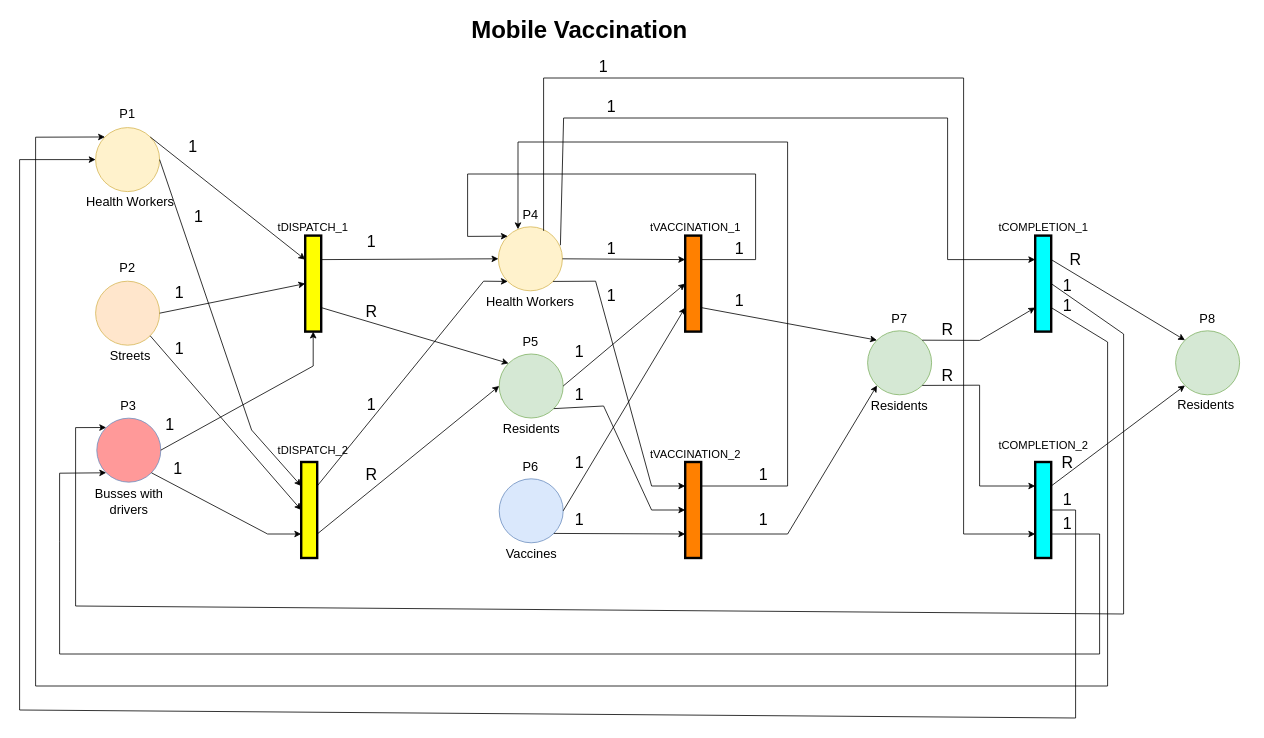
Before: Mobile Vaccination/Plots, Data and Simulation Results/Petri Net for Mobile Vaccination.drawio in MohammedGuniem/Simulation-of-Mobile-Versus-Centralized-Vaccination-Programs-using-GenSIM, a draw.io diagram. Source tidied: cells renumbered, new cells numbered last; positions are measured from the earlier drawing's top-left corner, leaving out a move shared by most shapes. Both pictures are drawn from the tidied source at 80%, with x=0, y=0 at pixel (19, 14).
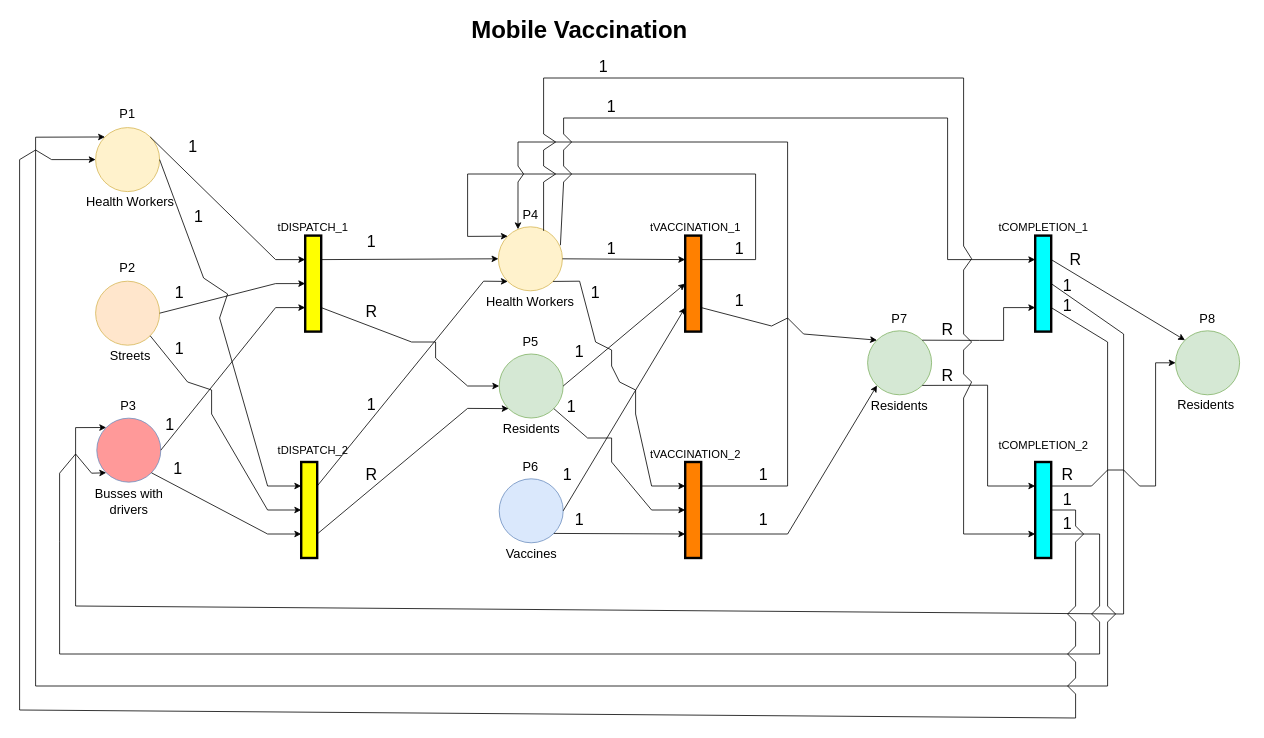
Above is the later version.

Commit message (it also covers changes not shown here):
Imrpoved arcs intersection in mobile vaccination

The change refers to these unchanged cells:
```xml
<mxCell id="2" style="ellipse;whiteSpace=wrap;html=1;fontSize=22;fillColor=#FFE6CC;strokeColor=#d6b656;" parent="1" vertex="1">
  <mxGeometry x="95" y="334" width="80" height="80" as="geometry" />
</mxCell>
<mxCell id="3" style="rounded=0;whiteSpace=wrap;html=1;fillColor=#FF8000;strokeColor=#000000;strokeWidth=3;" parent="1" vertex="1">
  <mxGeometry x="832" y="560" width="20" height="120" as="geometry" />
</mxCell>
<mxCell id="5" style="ellipse;whiteSpace=wrap;html=1;fillColor=#d5e8d4;strokeColor=#82b366;" parent="1" vertex="1">
  <mxGeometry x="599.5" y="425" width="80" height="80" as="geometry" />
</mxCell>
<mxCell id="6" style="ellipse;whiteSpace=wrap;html=1;fillColor=#fff2cc;strokeColor=#d6b656;" parent="1" vertex="1">
  <mxGeometry x="598.5" y="266" width="80" height="80" as="geometry" />
</mxCell>
<mxCell id="7" style="ellipse;whiteSpace=wrap;html=1;fillColor=#d5e8d4;strokeColor=#82b366;" parent="1" vertex="1">
  <mxGeometry x="1060" y="396" width="80" height="80" as="geometry" />
</mxCell>
<mxCell id="16" style="rounded=0;whiteSpace=wrap;html=1;fillColor=#FFFF00;strokeColor=#000000;labelBorderColor=none;strokeWidth=3;" parent="1" vertex="1">
  <mxGeometry x="352" y="560" width="20" height="120" as="geometry" />
</mxCell>
<mxCell id="17" style="ellipse;whiteSpace=wrap;html=1;fontSize=22;fillColor=#FF9999;strokeColor=#6c8ebf;" parent="1" vertex="1">
  <mxGeometry x="96.5" y="505.2" width="80" height="80" as="geometry" />
</mxCell>
<mxCell id="23" style="rounded=0;whiteSpace=wrap;html=1;fillColor=#00FFFF;strokeColor=#000000;strokeWidth=3;" parent="1" vertex="1">
  <mxGeometry x="1269.5" y="560" width="20" height="120" as="geometry" />
</mxCell>
<mxCell id="25" style="ellipse;whiteSpace=wrap;html=1;fillColor=#d5e8d4;strokeColor=#82b366;" parent="1" vertex="1">
  <mxGeometry x="1445" y="396" width="80" height="80" as="geometry" />
</mxCell>
<mxCell id="28" style="ellipse;whiteSpace=wrap;html=1;fontSize=22;fillColor=#fff2cc;strokeColor=#d6b656;" parent="1" vertex="1">
  <mxGeometry x="95" y="142" width="80" height="80" as="geometry" />
</mxCell>
<mxCell id="32" style="rounded=0;whiteSpace=wrap;html=1;fillColor=#FFFF00;strokeColor=#000000;labelBorderColor=none;strokeWidth=3;" parent="1" vertex="1">
  <mxGeometry x="357" y="277" width="20" height="120" as="geometry" />
</mxCell>
<mxCell id="54" style="rounded=0;whiteSpace=wrap;html=1;fillColor=#FF8000;strokeColor=#000000;strokeWidth=3;" parent="1" vertex="1">
  <mxGeometry x="832" y="277" width="20" height="120" as="geometry" />
</mxCell>
<mxCell id="76" style="rounded=0;whiteSpace=wrap;html=1;fillColor=#00FFFF;strokeColor=#000000;strokeWidth=3;" parent="1" vertex="1">
  <mxGeometry x="1269.5" y="277" width="20" height="120" as="geometry" />
</mxCell>
```

Diff of the diagram source:
```diff
@@
     <mxCell id="34" style="endArrow=classic;html=1;rounded=0;exitX=1;exitY=0.5;exitDx=0;exitDy=0;entryX=0;entryY=0.5;entryDx=0;entryDy=0;" parent="1" edge="1" source="2" target="32">
-      <mxGeometry relative="1" as="geometry" />
+      <mxGeometry relative="1" as="geometry">
+        <Array as="points">
+          <mxPoint x="320" y="337" />
+        </Array>
+      </mxGeometry>
     </mxCell>
-    <mxCell id="35" style="endArrow=classic;html=1;rounded=0;entryX=0.5;entryY=1;entryDx=0;entryDy=0;exitX=1;exitY=0.5;exitDx=0;exitDy=0;" parent="1" edge="1" source="17" target="32">
+    <mxCell id="35" style="endArrow=classic;html=1;rounded=0;entryX=0;entryY=0.75;entryDx=0;entryDy=0;exitX=1;exitY=0.5;exitDx=0;exitDy=0;" parent="1" edge="1" source="17" target="32">
       <mxGeometry relative="1" as="geometry">
         <Array as="points">
-          <mxPoint x="367" y="440" />
+          <mxPoint x="320" y="367" />
         </Array>
       </mxGeometry>
     </mxCell>
     <mxCell id="36" style="endArrow=classic;html=1;rounded=0;exitX=1;exitY=0;exitDx=0;exitDy=0;entryX=0;entryY=0.25;entryDx=0;entryDy=0;" parent="1" edge="1" source="28" target="32">
-      <mxGeometry relative="1" as="geometry" />
+      <mxGeometry relative="1" as="geometry">
+        <Array as="points">
+          <mxPoint x="320" y="307" />
+        </Array>
+      </mxGeometry>
     </mxCell>
     <mxCell id="37" style="endArrow=classic;html=1;rounded=0;exitX=1;exitY=0.5;exitDx=0;exitDy=0;entryX=0;entryY=0.25;entryDx=0;entryDy=0;" parent="1" edge="1" source="28" target="16">
       <mxGeometry relative="1" as="geometry">
         <Array as="points">
-          <mxPoint x="290" y="520" />
+          <mxPoint x="230" y="330" />
+          <mxPoint x="260" y="350" />
+          <mxPoint x="250" y="380" />
+          <mxPoint x="310" y="590" />
         </Array>
       </mxGeometry>
     </mxCell>
     <mxCell id="38" style="endArrow=classic;html=1;rounded=0;exitX=1;exitY=1;exitDx=0;exitDy=0;entryX=0;entryY=0.5;entryDx=0;entryDy=0;" parent="1" edge="1" source="2" target="16">
-      <mxGeometry relative="1" as="geometry" />
+      <mxGeometry relative="1" as="geometry">
+        <Array as="points">
+          <mxPoint x="210" y="460" />
+          <mxPoint x="240" y="470" />
+          <mxPoint x="240" y="500" />
+          <mxPoint x="310" y="620" />
+        </Array>
+      </mxGeometry>
     </mxCell>
@@
-    <mxCell id="47" style="endArrow=classic;html=1;rounded=0;exitX=1;exitY=0.75;exitDx=0;exitDy=0;entryX=0;entryY=0;entryDx=0;entryDy=0;" parent="1" edge="1" source="32" target="5">
-      <mxGeometry relative="1" as="geometry" />
+    <mxCell id="47" style="endArrow=classic;html=1;rounded=0;exitX=1;exitY=0.75;exitDx=0;exitDy=0;entryX=0;entryY=0.5;entryDx=0;entryDy=0;" parent="1" edge="1" source="32" target="5">
+      <mxGeometry relative="1" as="geometry">
+        <Array as="points">
+          <mxPoint x="490" y="410" />
+          <mxPoint x="520" y="410" />
+          <mxPoint x="520" y="430" />
+          <mxPoint x="560" y="465" />
+        </Array>
+      </mxGeometry>
     </mxCell>
@@
-    <mxCell id="49" style="endArrow=classic;html=1;rounded=0;exitX=1;exitY=0.75;exitDx=0;exitDy=0;entryX=0;entryY=0.5;entryDx=0;entryDy=0;" parent="1" edge="1" source="16" target="5">
-      <mxGeometry relative="1" as="geometry" />
+    <mxCell id="49" style="endArrow=classic;html=1;rounded=0;exitX=1;exitY=0.75;exitDx=0;exitDy=0;entryX=0;entryY=1;entryDx=0;entryDy=0;" parent="1" edge="1" source="16" target="5">
+      <mxGeometry relative="1" as="geometry">
+        <Array as="points">
+          <mxPoint x="560" y="493" />
+        </Array>
+      </mxGeometry>
     </mxCell>
@@
     <mxCell id="57" style="endArrow=classic;html=1;rounded=0;exitX=1;exitY=1;exitDx=0;exitDy=0;entryX=0;entryY=0.25;entryDx=0;entryDy=0;" parent="1" edge="1" source="6" target="3">
       <mxGeometry relative="1" as="geometry">
         <Array as="points">
-          <mxPoint x="720" y="334" />
+          <mxPoint x="700" y="334" />
+          <mxPoint x="720" y="410" />
+          <mxPoint x="740" y="420" />
+          <mxPoint x="740" y="440" />
+          <mxPoint x="750" y="460" />
+          <mxPoint x="770" y="470" />
+          <mxPoint x="770" y="500" />
           <mxPoint x="790" y="590" />
         </Array>
       </mxGeometry>
     </mxCell>
     <mxCell id="58" style="endArrow=classic;html=1;rounded=0;exitX=1;exitY=1;exitDx=0;exitDy=0;entryX=0;entryY=0.5;entryDx=0;entryDy=0;" parent="1" edge="1" source="5" target="3">
       <mxGeometry relative="1" as="geometry">
         <Array as="points">
-          <mxPoint x="730" y="490" />
+          <mxPoint x="710" y="530" />
+          <mxPoint x="740" y="530" />
+          <mxPoint x="740" y="560" />
           <mxPoint x="790" y="620" />
         </Array>
       </mxGeometry>
     </mxCell>
@@
     <mxCell id="62" value="1" style="text;html=1;strokeColor=none;fillColor=none;align=center;verticalAlign=middle;whiteSpace=wrap;rounded=0;fontSize=20;" parent="1" vertex="1">
-      <mxGeometry x="690" y="545" width="20" height="30" as="geometry" />
+      <mxGeometry x="674.5" y="560" width="20" height="30" as="geometry" />
     </mxCell>
@@
     <mxCell id="64" value="1" style="text;html=1;strokeColor=none;fillColor=none;align=center;verticalAlign=middle;whiteSpace=wrap;rounded=0;fontSize=20;" parent="1" vertex="1">
-      <mxGeometry x="690" y="460" width="20" height="30" as="geometry" />
+      <mxGeometry x="679.5" y="475.2" width="20" height="30" as="geometry" />
     </mxCell>
@@
     <mxCell id="66" value="1" style="text;html=1;strokeColor=none;fillColor=none;align=center;verticalAlign=middle;whiteSpace=wrap;rounded=0;fontSize=20;" parent="1" vertex="1">
-      <mxGeometry x="730" y="336" width="20" height="30" as="geometry" />
+      <mxGeometry x="710" y="332" width="20" height="30" as="geometry" />
     </mxCell>
@@
     <mxCell id="68" style="endArrow=classic;html=1;rounded=0;exitX=1;exitY=0.75;exitDx=0;exitDy=0;entryX=0;entryY=0;entryDx=0;entryDy=0;" parent="1" edge="1" source="54" target="7">
-      <mxGeometry relative="1" as="geometry" />
+      <mxGeometry relative="1" as="geometry">
+        <Array as="points">
+          <mxPoint x="940" y="390" />
+          <mxPoint x="960" y="380" />
+          <mxPoint x="980" y="400" />
+        </Array>
+      </mxGeometry>
     </mxCell>
@@
     <mxCell id="71" style="endArrow=classic;html=1;rounded=0;exitX=1;exitY=0.25;exitDx=0;exitDy=0;entryX=0.306;entryY=0.038;entryDx=0;entryDy=0;entryPerimeter=0;" parent="1" edge="1" source="3" target="6">
       <mxGeometry relative="1" as="geometry">
         <Array as="points">
           <mxPoint x="960" y="590" />
           <mxPoint x="960" y="160" />
           <mxPoint x="623" y="160" />
+          <mxPoint x="623" y="190" />
+          <mxPoint x="630" y="200" />
+          <mxPoint x="623" y="210" />
         </Array>
       </mxGeometry>
     </mxCell>
@@
     <mxCell id="79" style="endArrow=classic;html=1;rounded=0;entryX=0;entryY=0.75;entryDx=0;entryDy=0;exitX=1;exitY=0;exitDx=0;exitDy=0;" parent="1" edge="1" source="7" target="76">
       <mxGeometry relative="1" as="geometry">
         <Array as="points">
           <mxPoint x="1200" y="408" />
+          <mxPoint x="1230" y="408" />
+          <mxPoint x="1230" y="367" />
         </Array>
       </mxGeometry>
     </mxCell>
     <mxCell id="80" style="endArrow=classic;html=1;rounded=0;entryX=0;entryY=0.25;entryDx=0;entryDy=0;exitX=1;exitY=1;exitDx=0;exitDy=0;" parent="1" edge="1" source="7" target="23">
       <mxGeometry relative="1" as="geometry">
         <Array as="points">
-          <mxPoint x="1200" y="464" />
-          <mxPoint x="1200" y="590" />
+          <mxPoint x="1210" y="464" />
+          <mxPoint x="1210" y="590" />
         </Array>
       </mxGeometry>
     </mxCell>
     <mxCell id="81" style="endArrow=classic;html=1;rounded=0;exitX=0.969;exitY=0.288;exitDx=0;exitDy=0;exitPerimeter=0;entryX=0;entryY=0.25;entryDx=0;entryDy=0;" parent="1" edge="1" source="6" target="76">
       <mxGeometry relative="1" as="geometry">
         <Array as="points">
+          <mxPoint x="680" y="210" />
+          <mxPoint x="690" y="200" />
+          <mxPoint x="680" y="190" />
+          <mxPoint x="680" y="170" />
+          <mxPoint x="690" y="160" />
+          <mxPoint x="680" y="150" />
           <mxPoint x="680" y="130" />
           <mxPoint x="1160" y="130" />
           <mxPoint x="1160" y="307" />
         </Array>
       </mxGeometry>
     </mxCell>
     <mxCell id="82" style="endArrow=classic;html=1;rounded=0;exitX=0.706;exitY=0.063;exitDx=0;exitDy=0;entryX=0;entryY=0.75;entryDx=0;entryDy=0;exitPerimeter=0;" parent="1" edge="1" source="6" target="23">
       <mxGeometry relative="1" as="geometry">
         <Array as="points">
+          <mxPoint x="655" y="210" />
+          <mxPoint x="670" y="200" />
+          <mxPoint x="655" y="190" />
+          <mxPoint x="655" y="170" />
+          <mxPoint x="670" y="160" />
+          <mxPoint x="655" y="150" />
           <mxPoint x="655" y="80" />
           <mxPoint x="1180" y="80" />
+          <mxPoint x="1180" y="290" />
+          <mxPoint x="1190" y="306" />
+          <mxPoint x="1180" y="320" />
+          <mxPoint x="1180" y="400" />
+          <mxPoint x="1190" y="410" />
+          <mxPoint x="1180" y="420" />
+          <mxPoint x="1180" y="450" />
+          <mxPoint x="1190" y="460" />
+          <mxPoint x="1180" y="480" />
           <mxPoint x="1180" y="650" />
         </Array>
       </mxGeometry>
     </mxCell>
@@
-    <mxCell id="88" style="endArrow=classic;html=1;rounded=0;entryX=0;entryY=1;entryDx=0;entryDy=0;exitX=1;exitY=0.25;exitDx=0;exitDy=0;" parent="1" edge="1" source="23" target="25">
-      <mxGeometry relative="1" as="geometry" />
+    <mxCell id="88" style="endArrow=classic;html=1;rounded=0;entryX=0;entryY=0.5;entryDx=0;entryDy=0;exitX=1;exitY=0.25;exitDx=0;exitDy=0;" parent="1" edge="1" source="23" target="25">
+      <mxGeometry relative="1" as="geometry">
+        <Array as="points">
+          <mxPoint x="1340" y="590" />
+          <mxPoint x="1360" y="570" />
+          <mxPoint x="1380" y="570" />
+          <mxPoint x="1400" y="590" />
+          <mxPoint x="1420" y="590" />
+          <mxPoint x="1420" y="436" />
+        </Array>
+      </mxGeometry>
     </mxCell>
@@
     <mxCell id="90" style="endArrow=classic;html=1;rounded=0;exitX=1;exitY=0.75;exitDx=0;exitDy=0;entryX=0;entryY=1;entryDx=0;entryDy=0;" parent="1" edge="1" source="23" target="17">
       <mxGeometry relative="1" as="geometry">
         <Array as="points">
           <mxPoint x="1350" y="650" />
+          <mxPoint x="1350" y="740" />
+          <mxPoint x="1340" y="750" />
+          <mxPoint x="1350" y="760" />
           <mxPoint x="1350" y="800" />
           <mxPoint x="50" y="800" />
           <mxPoint x="50" y="659" />
           <mxPoint x="50" y="574" />
+          <mxPoint x="70" y="550" />
+          <mxPoint x="90" y="574" />
         </Array>
       </mxGeometry>
     </mxCell>
     <mxCell id="91" style="endArrow=classic;html=1;rounded=0;exitX=1;exitY=0.75;exitDx=0;exitDy=0;entryX=0;entryY=0;entryDx=0;entryDy=0;" parent="1" edge="1" source="76" target="28">
       <mxGeometry relative="1" as="geometry">
         <Array as="points">
           <mxPoint x="1360" y="410" />
+          <mxPoint x="1360" y="740" />
+          <mxPoint x="1370" y="750" />
+          <mxPoint x="1360" y="760" />
           <mxPoint x="1360" y="840" />
           <mxPoint x="20" y="840" />
           <mxPoint x="20" y="154" />
         </Array>
       </mxGeometry>
     </mxCell>
     <mxCell id="92" style="endArrow=classic;html=1;rounded=0;exitX=1;exitY=0.5;exitDx=0;exitDy=0;entryX=0;entryY=0.5;entryDx=0;entryDy=0;" parent="1" edge="1" source="23" target="28">
       <mxGeometry relative="1" as="geometry">
         <Array as="points">
           <mxPoint x="1320" y="620" />
+          <mxPoint x="1320" y="640" />
+          <mxPoint x="1330" y="650" />
+          <mxPoint x="1320" y="660" />
+          <mxPoint x="1320" y="740" />
+          <mxPoint x="1310" y="750" />
+          <mxPoint x="1320" y="760" />
+          <mxPoint x="1320" y="790" />
+          <mxPoint x="1310" y="800" />
+          <mxPoint x="1320" y="810" />
+          <mxPoint x="1320" y="830" />
+          <mxPoint x="1310" y="840" />
+          <mxPoint x="1320" y="850" />
           <mxPoint x="1320" y="880" />
           <mxPoint y="870" />
           <mxPoint y="182" />
+          <mxPoint x="20" y="170" />
+          <mxPoint x="40" y="182" />
         </Array>
       </mxGeometry>
     </mxCell>
@@
     <mxCell id="98" value="R" style="text;html=1;strokeColor=none;fillColor=none;align=center;verticalAlign=middle;whiteSpace=wrap;rounded=0;fontSize=20;" parent="1" vertex="1">
-      <mxGeometry x="1300" y="545" width="20" height="30" as="geometry" />
+      <mxGeometry x="1300" y="560" width="20" height="30" as="geometry" />
     </mxCell>
```
